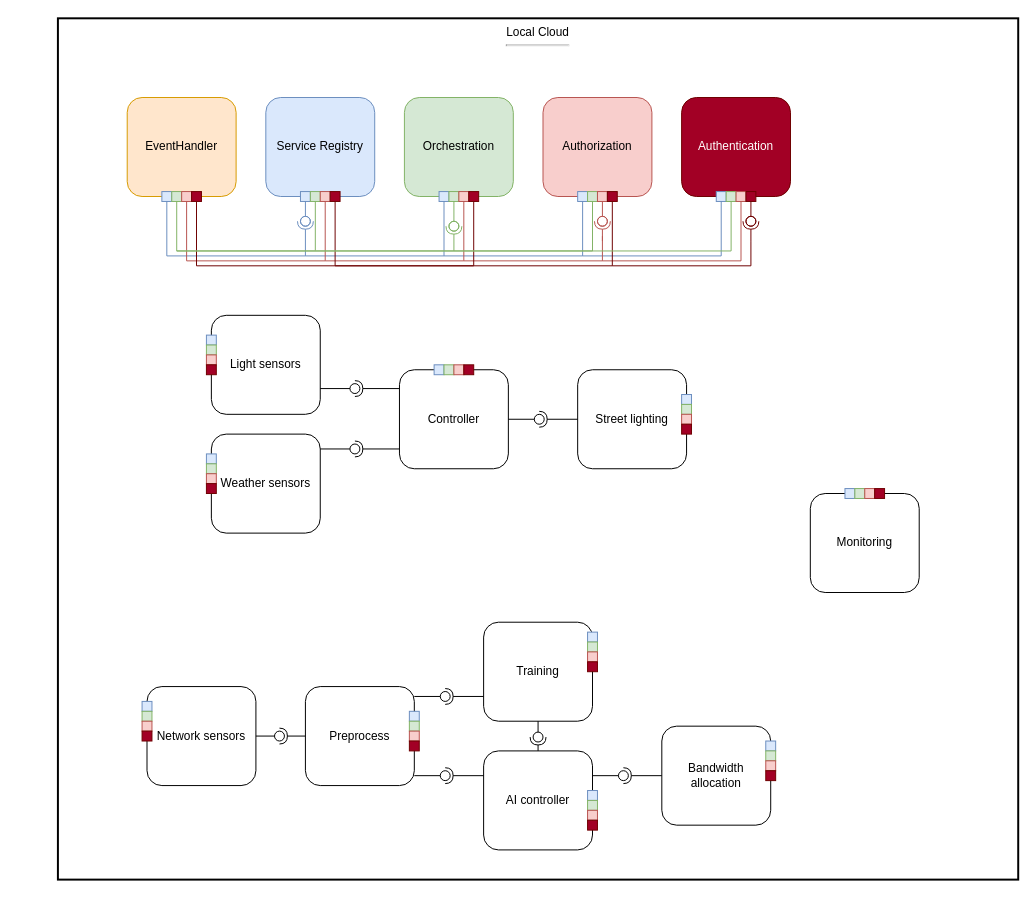
Earlier version of the draw.io diagram Untitled Diagram.drawio (JuliCSD/D7042E). Source tidied: cells renumbered, new cells numbered last; positions are measured from the earlier drawing's top-left corner, leaving out a move shared by most shapes. Both pictures are drawn from the tidied source at 99%, with x=0, y=0 at pixel (57, 18).
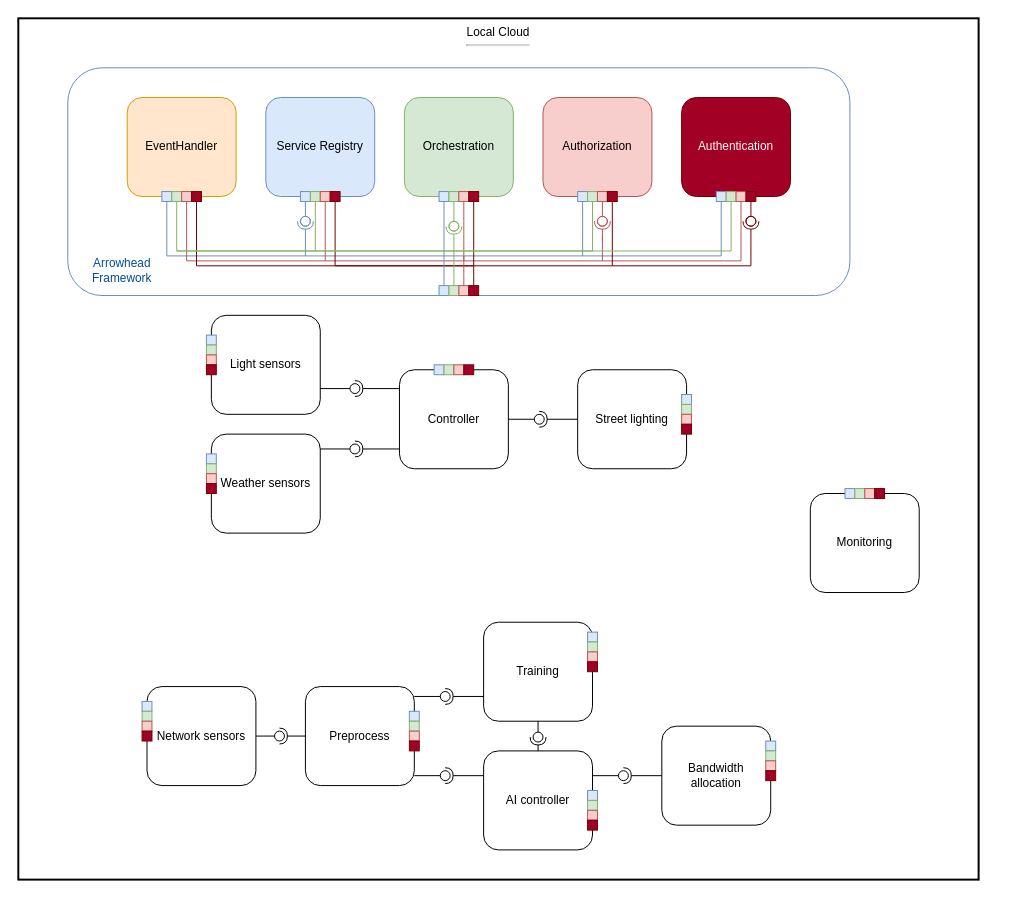
Above is the later version.

The edit, as a diff of the source:
```diff
@@
     <mxCell id="2" value="Local Cloud&lt;br&gt;&lt;hr&gt;" style="rounded=0;whiteSpace=wrap;html=1;fillColor=none;strokeWidth=2;align=center;verticalAlign=top;" parent="1" vertex="1">
-      <mxGeometry width="970" height="870" as="geometry" />
+      <mxGeometry x="-40" width="970" height="870" as="geometry" />
     </mxCell>
@@
+    <mxCell id="151" style="rounded=1;whiteSpace=wrap;html=1;fillColor=none;strokeColor=#6c8ebf;gradientColor=default;" parent="1" vertex="1">
+      <mxGeometry x="10" y="50" width="790" height="230" as="geometry" />
+    </mxCell>
@@
+    <mxCell id="152" value="&lt;font color=&quot;#004c99&quot;&gt;Arrowhead Framework&lt;/font&gt;" style="text;html=1;align=center;verticalAlign=middle;whiteSpace=wrap;rounded=0;" parent="1" vertex="1">
+      <mxGeometry x="35" y="240" width="60" height="30" as="geometry" />
+    </mxCell>
+    <mxCell id="153" style="rounded=0;whiteSpace=wrap;html=1;fillColor=#dae8fc;strokeColor=#6c8ebf;rotation=-90;" parent="1" vertex="1">
+      <mxGeometry x="385" y="270" width="10" height="10" as="geometry" />
+    </mxCell>
+    <mxCell id="154" style="rounded=0;whiteSpace=wrap;html=1;fillColor=#d5e8d4;strokeColor=#82b366;rotation=-90;" parent="1" vertex="1">
+      <mxGeometry x="395" y="270" width="10" height="10" as="geometry" />
+    </mxCell>
+    <mxCell id="155" style="rounded=0;whiteSpace=wrap;html=1;fillColor=#f8cecc;strokeColor=#b85450;rotation=-90;" parent="1" vertex="1">
+      <mxGeometry x="405" y="270" width="10" height="10" as="geometry" />
+    </mxCell>
+    <mxCell id="156" style="rounded=0;whiteSpace=wrap;html=1;fillColor=#a20025;fontColor=#ffffff;strokeColor=#6F0000;rotation=-90;" parent="1" vertex="1">
+      <mxGeometry x="415" y="270" width="10" height="10" as="geometry" />
+    </mxCell>
+    <mxCell id="157" style="endArrow=none;html=1;rounded=0;entryX=1;entryY=0.5;entryDx=0;entryDy=0;fillColor=#f8cecc;strokeColor=#b85450;" parent="1" edge="1">
+      <mxGeometry relative="1" as="geometry">
+        <mxPoint x="410" y="240" as="sourcePoint" />
+        <mxPoint x="410" y="270" as="targetPoint" />
+      </mxGeometry>
+    </mxCell>
+    <mxCell id="158" style="endArrow=none;html=1;rounded=0;entryX=1;entryY=0.5;entryDx=0;entryDy=0;exitX=0.519;exitY=0.87;exitDx=0;exitDy=0;exitPerimeter=0;fillColor=#a20025;strokeColor=#6F0000;" parent="1" edge="1">
+      <mxGeometry relative="1" as="geometry">
+        <mxPoint x="420" y="250" as="sourcePoint" />
+        <mxPoint x="420" y="270" as="targetPoint" />
+      </mxGeometry>
+    </mxCell>
+    <mxCell id="159" style="endArrow=none;html=1;rounded=0;entryX=1;entryY=0.5;entryDx=0;entryDy=0;fillColor=#dae8fc;strokeColor=#6c8ebf;" parent="1" edge="1">
+      <mxGeometry relative="1" as="geometry">
+        <mxPoint x="390" y="240" as="sourcePoint" />
+        <mxPoint x="390" y="270" as="targetPoint" />
+      </mxGeometry>
+    </mxCell>
+    <mxCell id="160" style="endArrow=none;html=1;rounded=0;entryX=1;entryY=0.5;entryDx=0;entryDy=0;fillColor=#d5e8d4;strokeColor=#82b366;" parent="1" edge="1" target="154">
+      <mxGeometry relative="1" as="geometry">
+        <mxPoint x="400" y="235" as="sourcePoint" />
+      </mxGeometry>
+    </mxCell>
```
